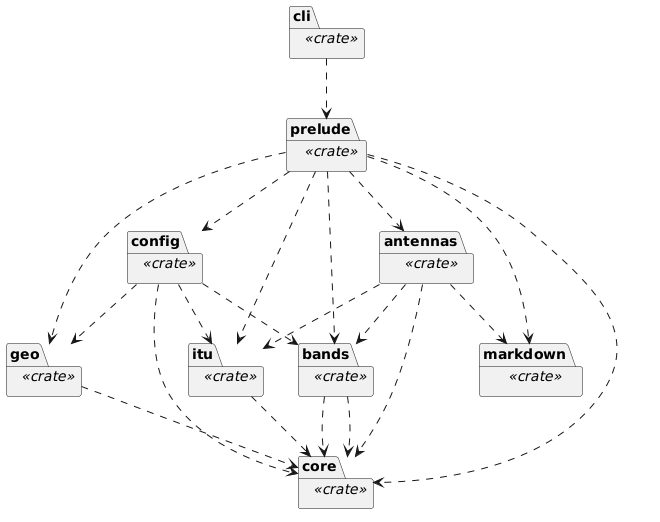
Earlier version of the PlantUML export rust-rfham.github.io/src/images/overview.png (johnstonskj/rust-rfham). The source it was exported from:
```plantuml
@startuml
package core <<crate>> {
    }

    package geo  <<crate>> {
    }
    geo ..> core

    package itu <<crate>> {
    }
    itu ..> core

    package bands <<crate>> {
    }
    bands ..> core
    bands ..> core

    package config <<crate>> {
    }
    config ..> bands
    config ..> core
    config ..> geo
    config ..> itu

    package antennas <<crate>> {
    }
    antennas ..> bands
    antennas ..> core
    antennas ..> itu
    antennas ..> markdown

    package prelude <<crate>> {
    }
    prelude ..> antennas
    prelude ..> bands
    prelude ..> config
    prelude ..> core
    prelude ..> geo
    prelude ..> itu
    prelude ..> markdown

    package cli <<crate>> {
    }
    cli ..> prelude

    package markdown <<crate>> {
    }
@enduml
```
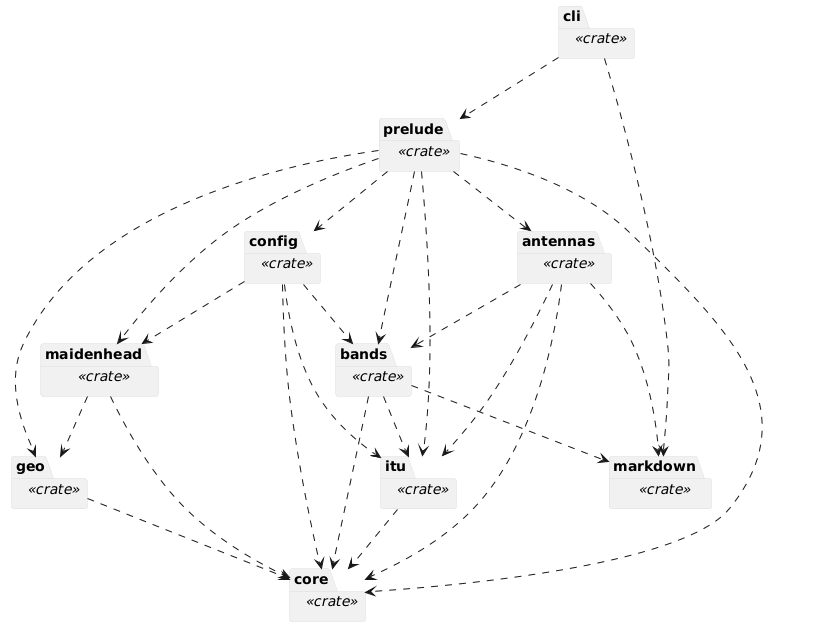
The same diagram one commit later.

Diff of the diagram source:
```diff
@@ -1,10 +1,27 @@
 @startuml
-package core <<crate>> {
+class DummyClass
+    hide DummyClass
+
+    hide empty members
+
+    skinparam PackageBorderColor<<crate>> #dddddd
+
+    skinparam PackageBorderColor<<imported>> #dddddd
+
+    hide <<imported>> stereotype
+
+
+    package core <<crate>> {
     }
 
     package geo  <<crate>> {
     }
     geo ..> core
+
+    package maidenhead  <<crate>> {
+    }
+    maidenhead ..> core
+    maidenhead ..> geo
 
     package itu <<crate>> {
     }
@@ -13,13 +30,14 @@
     package bands <<crate>> {
     }
     bands ..> core
-    bands ..> core
+    bands ..> itu
+    bands ..> markdown
 
     package config <<crate>> {
     }
     config ..> bands
     config ..> core
-    config ..> geo
+    config ..> maidenhead
     config ..> itu
 
     package antennas <<crate>> {
@@ -37,11 +55,12 @@
     prelude ..> core
     prelude ..> geo
     prelude ..> itu
-    prelude ..> markdown
+    prelude ..> maidenhead
 
     package cli <<crate>> {
     }
     cli ..> prelude
+    cli ..> markdown
 
     package markdown <<crate>> {
     }
```
